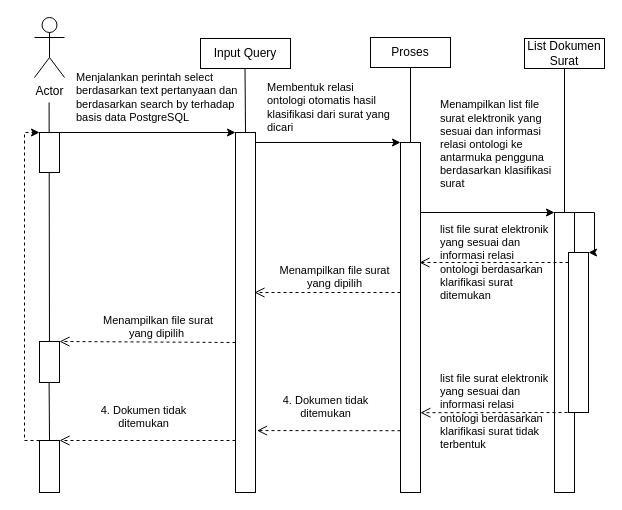
Before: UML/Scanned Document/SEQUENCE PENCARIAN KREN.drawio in batdrr/tugas-kuliah, a draw.io diagram. Source tidied: cells renumbered, new cells numbered last; positions are measured from the earlier drawing's top-left corner, leaving out a move shared by most shapes. Both pictures are drawn from the tidied source at 100%, with x=0, y=0 at pixel (24, 17).
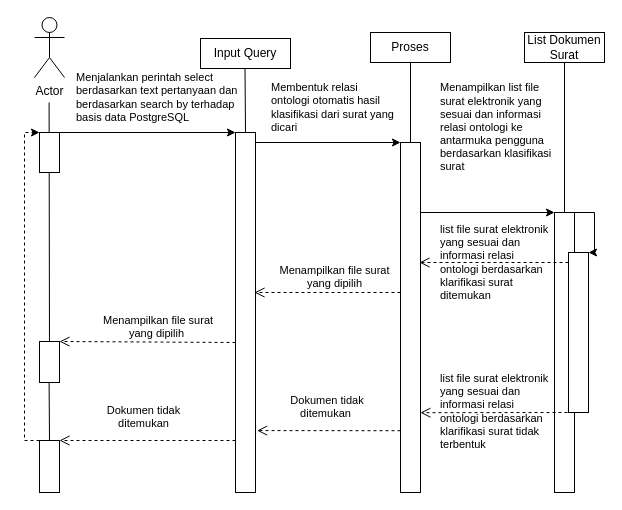
The same page after the edit.

The change refers to these unchanged cells:
```xml
<mxCell id="5" style="rounded=0;whiteSpace=wrap;html=1;" parent="1" vertex="1">
  <mxGeometry x="211" y="115" width="20" height="360" as="geometry" />
</mxCell>
<mxCell id="32" style="rounded=0;whiteSpace=wrap;html=1;" parent="1" vertex="1">
  <mxGeometry x="15" y="423" width="20" height="52" as="geometry" />
</mxCell>
```

Diff of the diagram source:
```diff
@@
     <mxCell id="3" value="Proses" style="rounded=0;whiteSpace=wrap;html=1;" parent="1" vertex="1">
-      <mxGeometry x="346" y="20" width="80" height="30" as="geometry" />
+      <mxGeometry x="346" y="15" width="80" height="30" as="geometry" />
     </mxCell>
     <mxCell id="4" value="List Dokumen Surat" style="rounded=0;whiteSpace=wrap;html=1;" parent="1" vertex="1">
-      <mxGeometry x="500" y="21" width="80" height="30" as="geometry" />
+      <mxGeometry x="500" y="15" width="80" height="30" as="geometry" />
     </mxCell>
@@
     <mxCell id="13" value="&lt;div style=&quot;font-size: 11px&quot;&gt;Menampilkan list file surat elektronik yang sesuai dan informasi relasi ontologi ke antarmuka pengguna berdasarkan klasifikasi surat&lt;/div&gt;" style="text;html=1;strokeColor=none;fillColor=none;align=left;verticalAlign=middle;whiteSpace=wrap;rounded=0;fontSize=11;" parent="1" vertex="1">
-      <mxGeometry x="414" y="112" width="116" height="30" as="geometry" />
+      <mxGeometry x="414" y="95" width="116" height="30" as="geometry" />
     </mxCell>
@@
     <mxCell id="18" value="&lt;div style=&quot;font-size: 11px&quot;&gt;&lt;span style=&quot;font-size: 11px&quot;&gt;Membentuk relasi ontologi otomatis hasil klasifikasi dari surat yang dicari&lt;/span&gt;&lt;/div&gt;" style="text;html=1;strokeColor=none;fillColor=none;align=left;verticalAlign=middle;whiteSpace=wrap;rounded=0;fontSize=11;" parent="1" vertex="1">
-      <mxGeometry x="241" y="75" width="130" height="30" as="geometry" />
+      <mxGeometry x="245" y="75" width="130" height="30" as="geometry" />
     </mxCell>
@@
-    <mxCell id="20" value="4. Dokumen tidak &lt;br&gt;ditemukan" style="html=1;verticalAlign=bottom;endArrow=open;dashed=1;endSize=8;rounded=0;fontSize=11;entryX=1.078;entryY=0.828;entryDx=0;entryDy=0;entryPerimeter=0;" parent="1" edge="1" target="5">
+    <mxCell id="20" value="&amp;nbsp;Dokumen tidak &lt;br&gt;ditemukan" style="html=1;verticalAlign=bottom;endArrow=open;dashed=1;endSize=8;rounded=0;fontSize=11;entryX=1.078;entryY=0.828;entryDx=0;entryDy=0;entryPerimeter=0;" parent="1" edge="1" target="5">
       <mxGeometry x="0.04" y="-8" relative="1" as="geometry">
         <mxPoint x="376" y="413.2" as="sourcePoint" />
       </mxGeometry>
     </mxCell>
@@
-    <mxCell id="30" value="4. Dokumen tidak &lt;br&gt;ditemukan" style="html=1;verticalAlign=bottom;endArrow=open;dashed=1;endSize=8;rounded=0;fontSize=11;entryX=1;entryY=0;entryDx=0;entryDy=0;" parent="1" edge="1" target="32">
+    <mxCell id="30" value="Dokumen tidak &lt;br&gt;ditemukan" style="html=1;verticalAlign=bottom;endArrow=open;dashed=1;endSize=8;rounded=0;fontSize=11;entryX=1;entryY=0;entryDx=0;entryDy=0;" parent="1" edge="1" target="32">
       <mxGeometry x="0.04" y="-8" relative="1" as="geometry">
         <mxPoint x="211" y="423" as="sourcePoint" />
       </mxGeometry>
     </mxCell>
```
